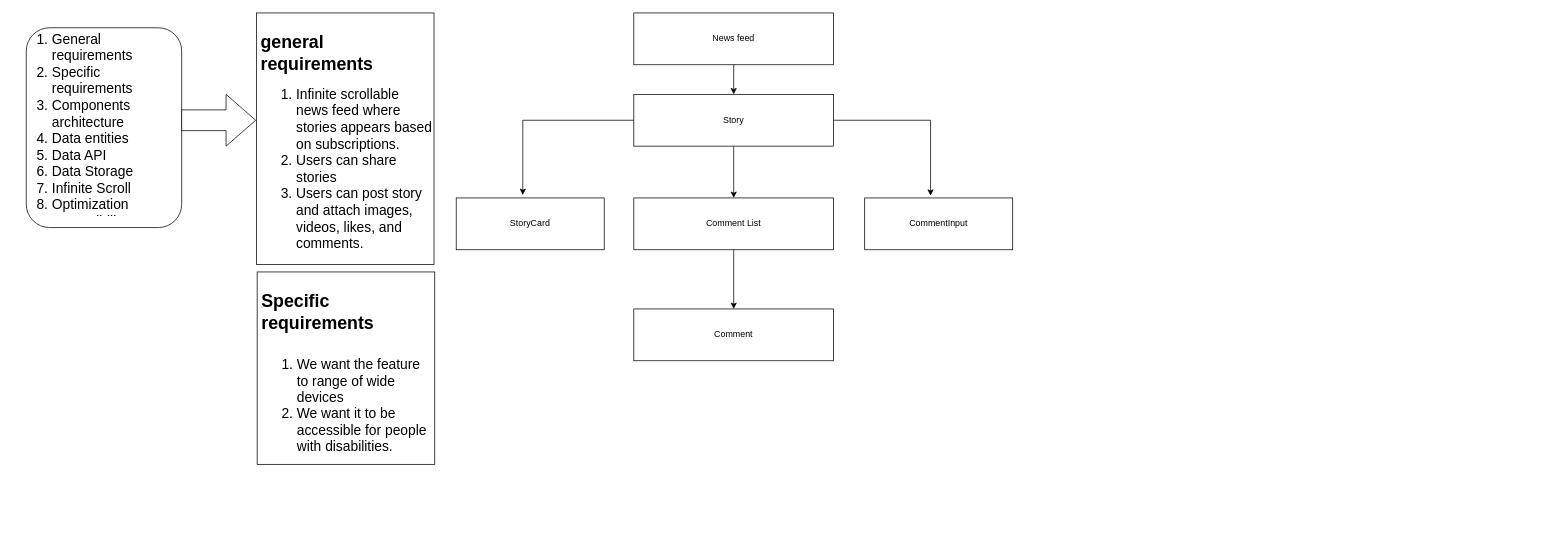
Earlier version of the draw.io diagram Frontend-System-Design.drawio (GideonOdiokine/Frontend-system-design). Source tidied: cells renumbered, new cells numbered last; positions are measured from the earlier drawing's top-left corner, leaving out a move shared by most shapes. Both pictures are drawn from the tidied source at 74%, with x=0, y=0 at pixel (13, 13).
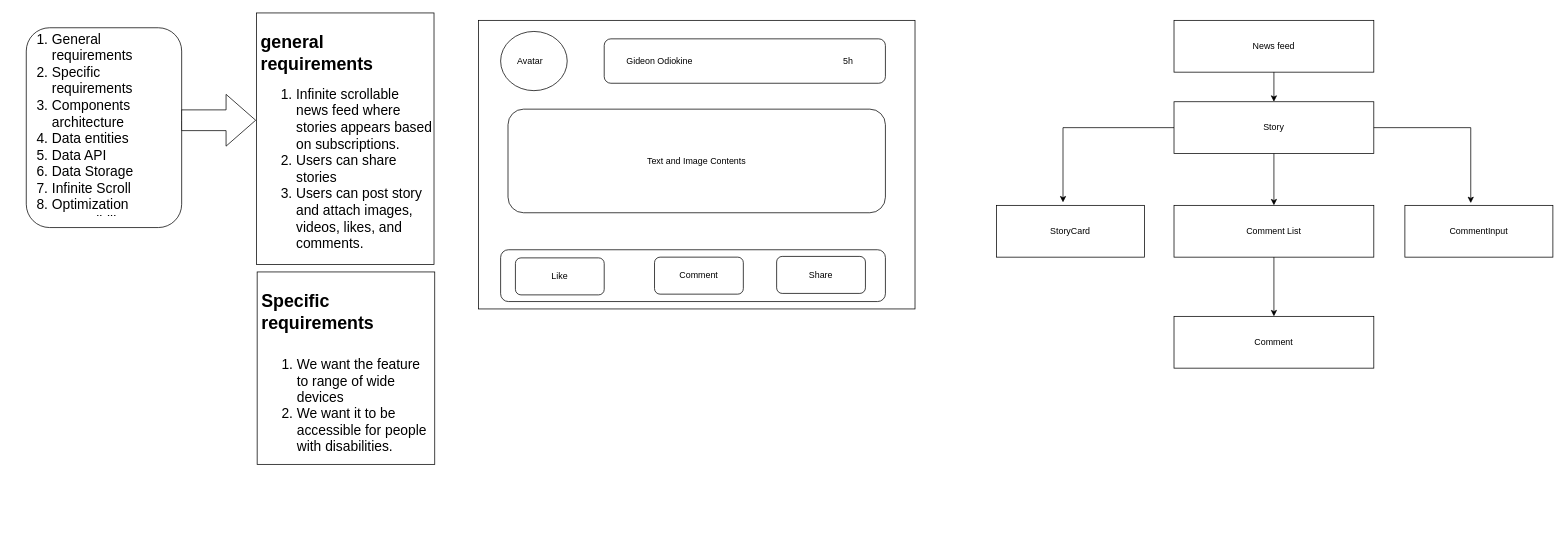
The same diagram, later.

Commit message:
Add Component Architecture Frontend-System-Design.drawio

What changed in the source:
```diff
@@
     <mxCell id="11" style="group;" parent="1" vertex="1">
-      <mxGeometry x="599" width="752" height="470" as="geometry" />
+      <mxGeometry x="1329" y="10" width="752" height="470" as="geometry" />
     </mxCell>
@@
+    <mxCell id="23" style="group;" parent="1" vertex="1">
+      <mxGeometry x="629" y="10" width="590" height="390" as="geometry" />
+    </mxCell>
+    <mxCell id="24" style="rounded=0;whiteSpace=wrap;html=1;" parent="23" vertex="1">
+      <mxGeometry width="590" height="390" as="geometry" />
+    </mxCell>
+    <mxCell id="25" style="rounded=1;whiteSpace=wrap;html=1;" parent="23" vertex="1">
+      <mxGeometry x="170" y="25" width="380" height="60" as="geometry" />
+    </mxCell>
+    <mxCell id="26" style="ellipse;whiteSpace=wrap;html=1;" parent="23" vertex="1">
+      <mxGeometry x="30" y="15" width="90" height="80" as="geometry" />
+    </mxCell>
+    <mxCell id="27" value="Avatar" style="text;html=1;strokeColor=none;fillColor=none;align=center;verticalAlign=middle;whiteSpace=wrap;rounded=0;" parent="23" vertex="1">
+      <mxGeometry x="40" y="40" width="60" height="30" as="geometry" />
+    </mxCell>
+    <mxCell id="28" value="Gideon Odiokine" style="text;html=1;strokeColor=none;fillColor=none;align=center;verticalAlign=middle;whiteSpace=wrap;rounded=0;" parent="23" vertex="1">
+      <mxGeometry x="190" y="40" width="110" height="30" as="geometry" />
+    </mxCell>
+    <mxCell id="29" value="5h" style="text;html=1;strokeColor=none;fillColor=none;align=center;verticalAlign=middle;whiteSpace=wrap;rounded=0;" parent="23" vertex="1">
+      <mxGeometry x="470" y="40" width="60" height="30" as="geometry" />
+    </mxCell>
+    <mxCell id="30" value="Text and Image Contents" style="rounded=1;whiteSpace=wrap;html=1;" parent="23" vertex="1">
+      <mxGeometry x="40" y="120" width="510" height="140" as="geometry" />
+    </mxCell>
+    <mxCell id="31" style="rounded=1;whiteSpace=wrap;html=1;" parent="23" vertex="1">
+      <mxGeometry x="30" y="310" width="520" height="70" as="geometry" />
+    </mxCell>
+    <mxCell id="32" value="Like" style="rounded=1;whiteSpace=wrap;html=1;" parent="23" vertex="1">
+      <mxGeometry x="50" y="321" width="120" height="50" as="geometry" />
+    </mxCell>
+    <mxCell id="33" value="Comment" style="rounded=1;whiteSpace=wrap;html=1;" parent="23" vertex="1">
+      <mxGeometry x="238" y="320" width="120" height="50" as="geometry" />
+    </mxCell>
+    <mxCell id="34" value="&lt;div&gt;Share&lt;/div&gt;" style="rounded=1;whiteSpace=wrap;html=1;" parent="23" vertex="1">
+      <mxGeometry x="403" y="319" width="120" height="50" as="geometry" />
+    </mxCell>
```
